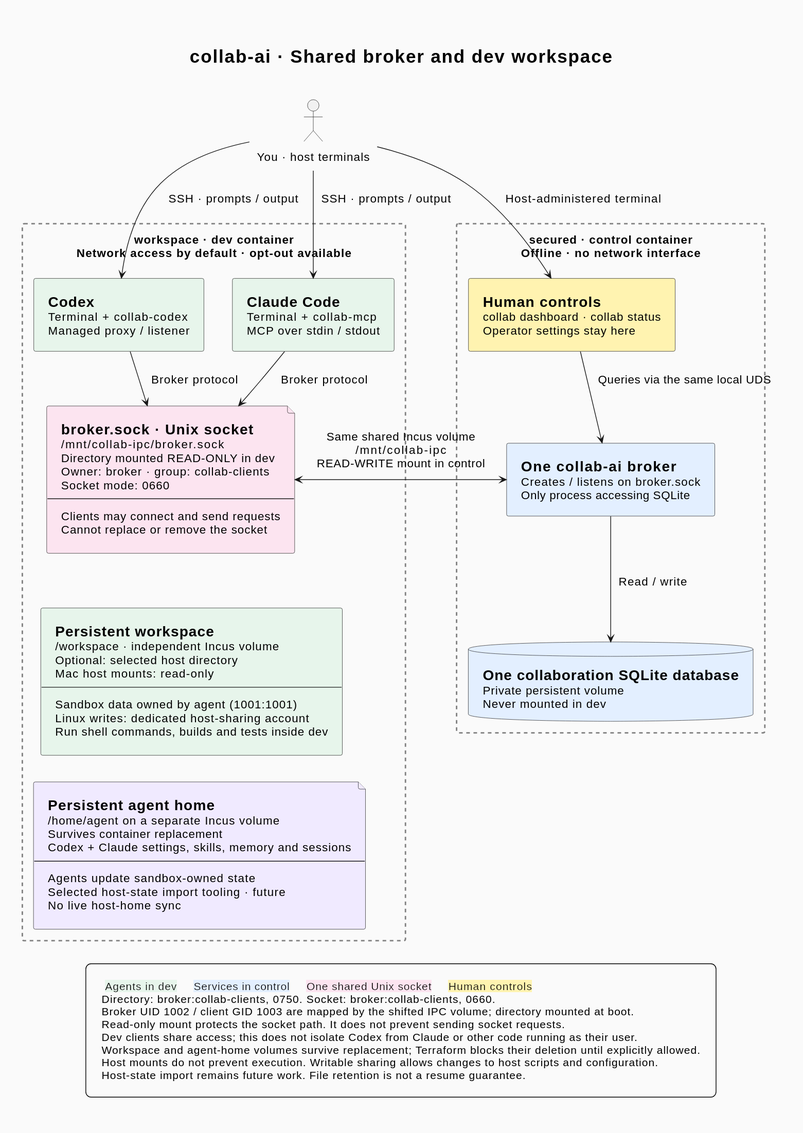
makarski/collab-ai keeps this PlantUML diagram as docs/assets/architecture.svg. Above is the earlier version. Its source is kept beside it as docs/assets/architecture.puml.
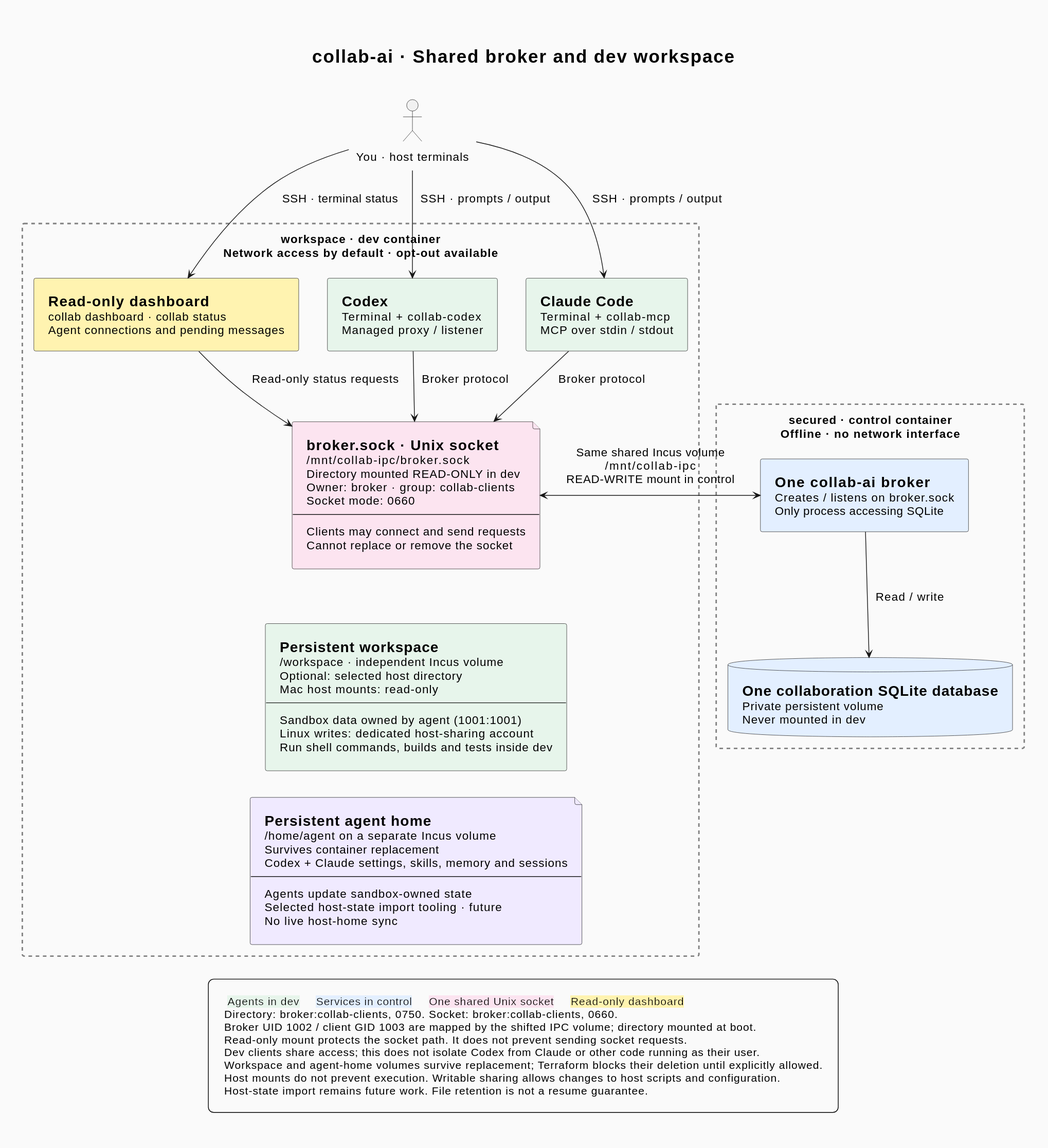
Later version of the same file.

Commit message:
docs: correct dashboard placement and sandbox sign-in

The edit, as a diff of the source:
```diff
@@ -50,6 +50,7 @@
 actor "You · host terminals" as Human
 
 rectangle "workspace · dev container\nNetwork access by default · opt-out available" as Dev {
+    component "=Read-only dashboard\ncollab dashboard · collab status\nAgent connections and pending messages" as Dashboard <<HumanControl>>
     component "=Codex\nTerminal + collab-codex\nManaged proxy / listener" as Codex <<Dev>>
     component "=Claude Code\nTerminal + collab-mcp\nMCP over stdin / stdout" as Claude <<Dev>>
     component "=Persistent workspace\n/workspace · independent Incus volume\nOptional: selected host directory\nMac host mounts: read-only\n--\nSandbox data owned by agent (1001:1001)\nLinux writes: dedicated host-sharing account\nRun shell commands, builds and tests inside dev" as Project <<Dev>>
@@ -58,26 +59,25 @@
 }
 
 rectangle "secured · control container\nOffline · no network interface" as Control {
-    component "=Human controls\ncollab dashboard · collab status\nOperator settings stay here" as Dashboard <<HumanControl>>
     component "=One collab-ai broker\nCreates / listens on broker.sock\nOnly process accessing SQLite" as Broker <<Control>>
     database "=One collaboration SQLite database\nPrivate persistent volume\nNever mounted in dev" as DB <<Control>>
 }
 
 Human -down-> Codex : SSH · prompts / output
 Human -down-> Claude : SSH · prompts / output
-Human -down-> Dashboard : Host-administered terminal
+Human -down-> Dashboard : SSH · terminal status
 
 Codex -down-> Socket : Broker protocol
 Claude -down-> Socket : Broker protocol
 Socket -[hidden]down-> Project
 Project -[hidden]down-> AgentHome
 
-Dashboard -down-> Broker : Queries via the same local UDS
+Dashboard -down-> Socket : Read-only status requests
 Broker <-left-> Socket : Same shared Incus volume\n/mnt/collab-ipc\nREAD-WRITE mount in control
 Broker -down-> DB : Read / write
 
 legend bottom
-    <back:#e7f5eb> Agents in dev </back>   <back:#e3efff> Services in control </back>   <back:#fce4f0> One shared Unix socket </back>   <back:#fff3b0> Human controls </back>
+    <back:#e7f5eb> Agents in dev </back>   <back:#e3efff> Services in control </back>   <back:#fce4f0> One shared Unix socket </back>   <back:#fff3b0> Read-only dashboard </back>
     Directory: broker:collab-clients, 0750. Socket: broker:collab-clients, 0660.
     Broker UID 1002 / client GID 1003 are mapped by the shifted IPC volume; directory mounted at boot.
     Read-only mount protects the socket path. It does not prevent sending socket requests.
```
